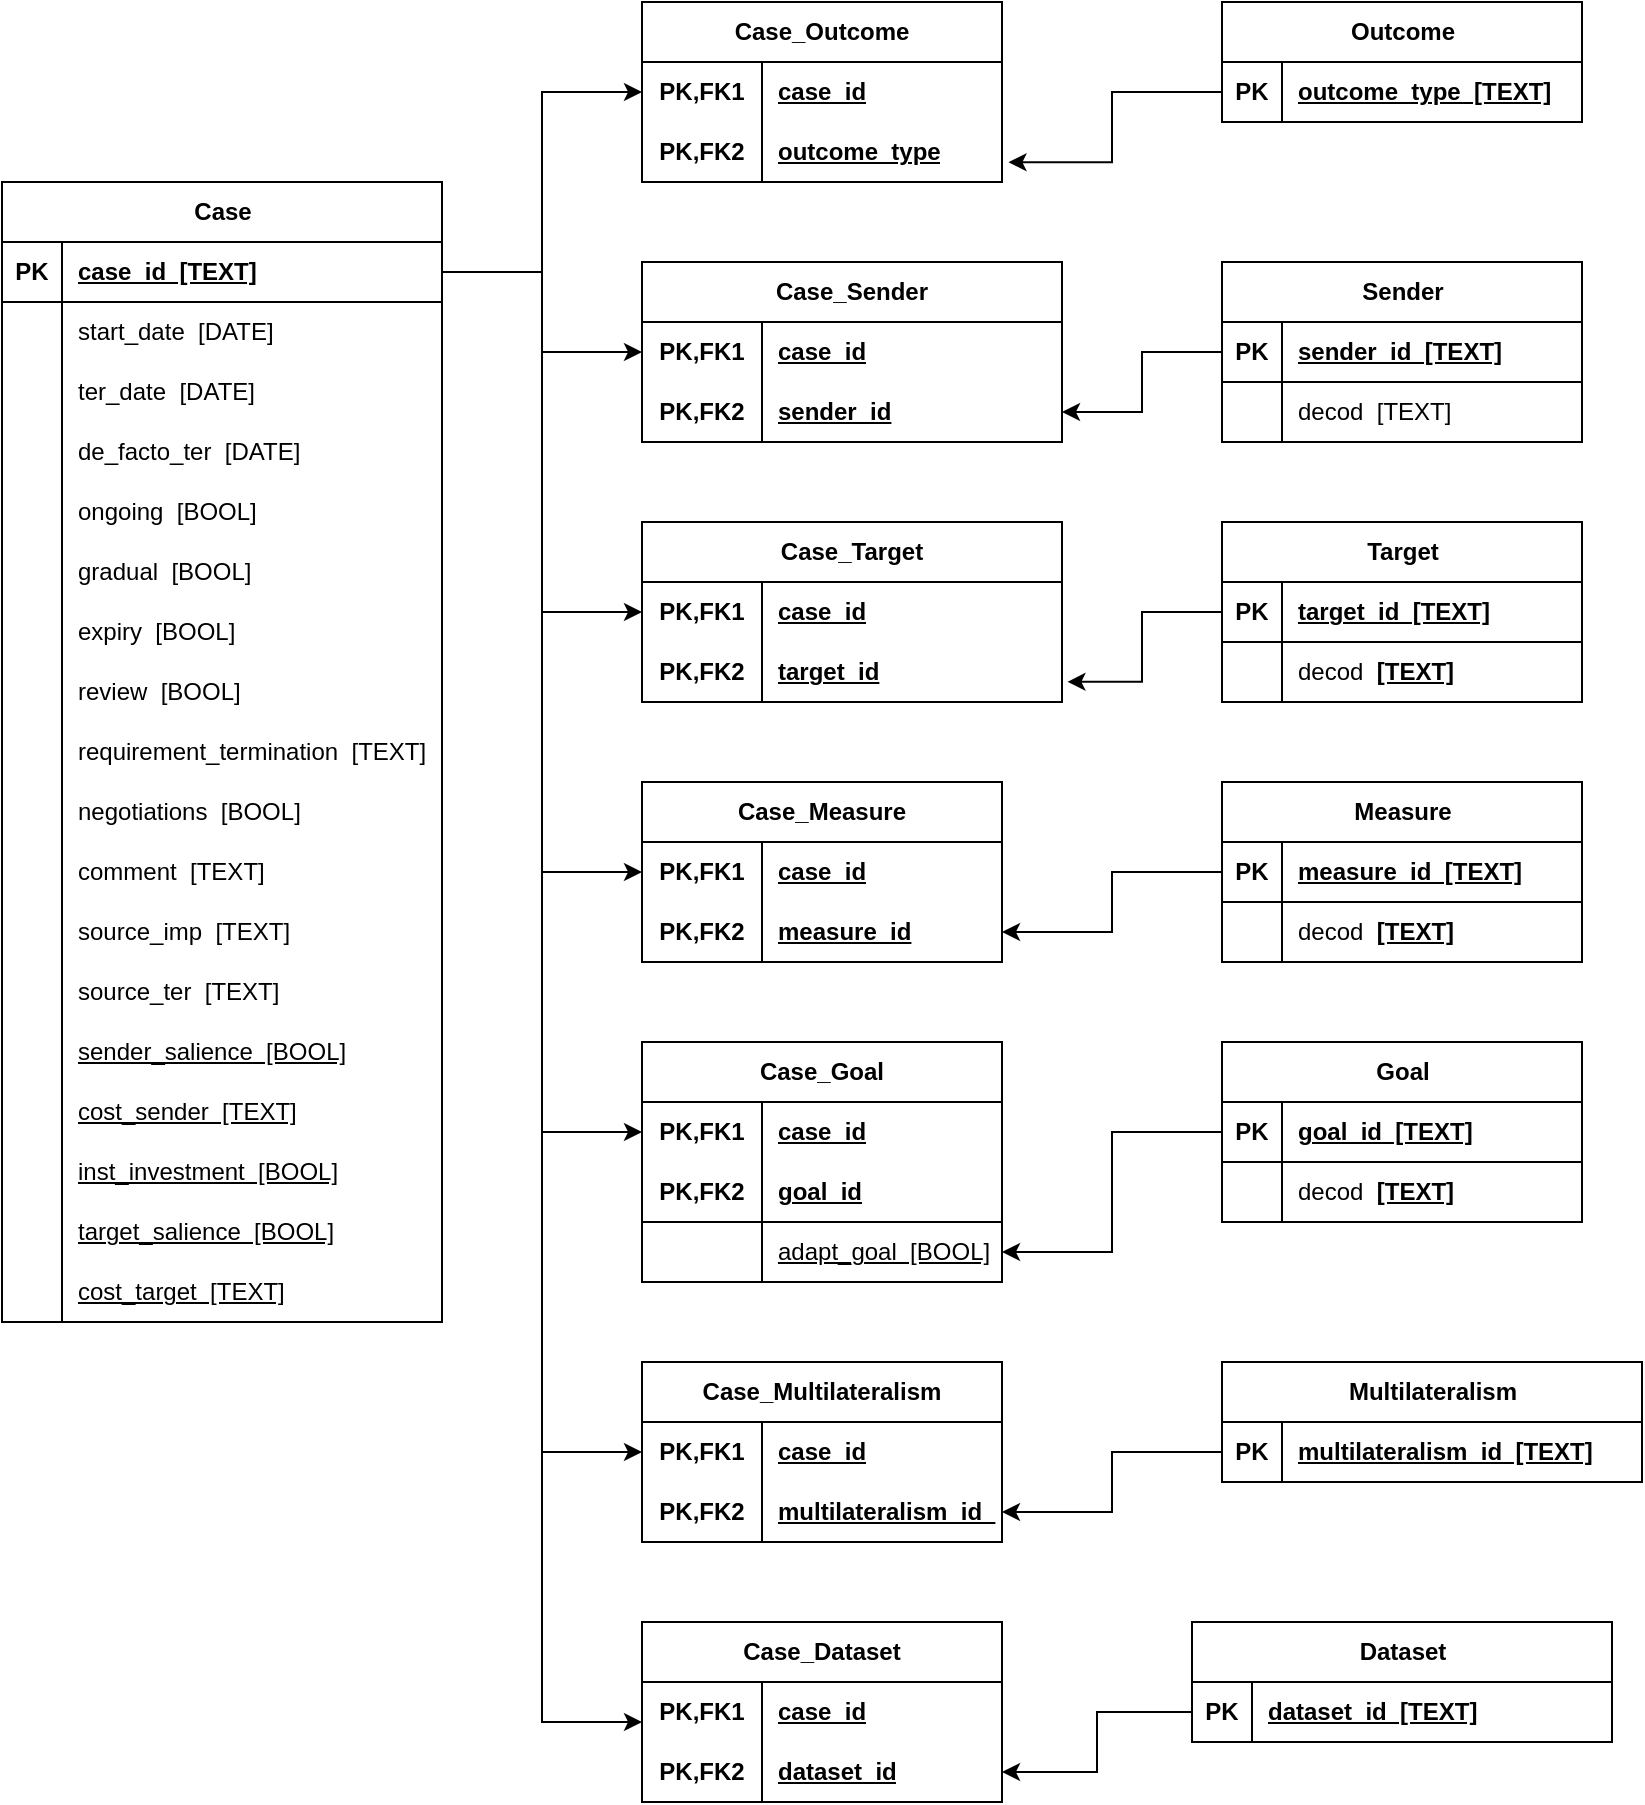
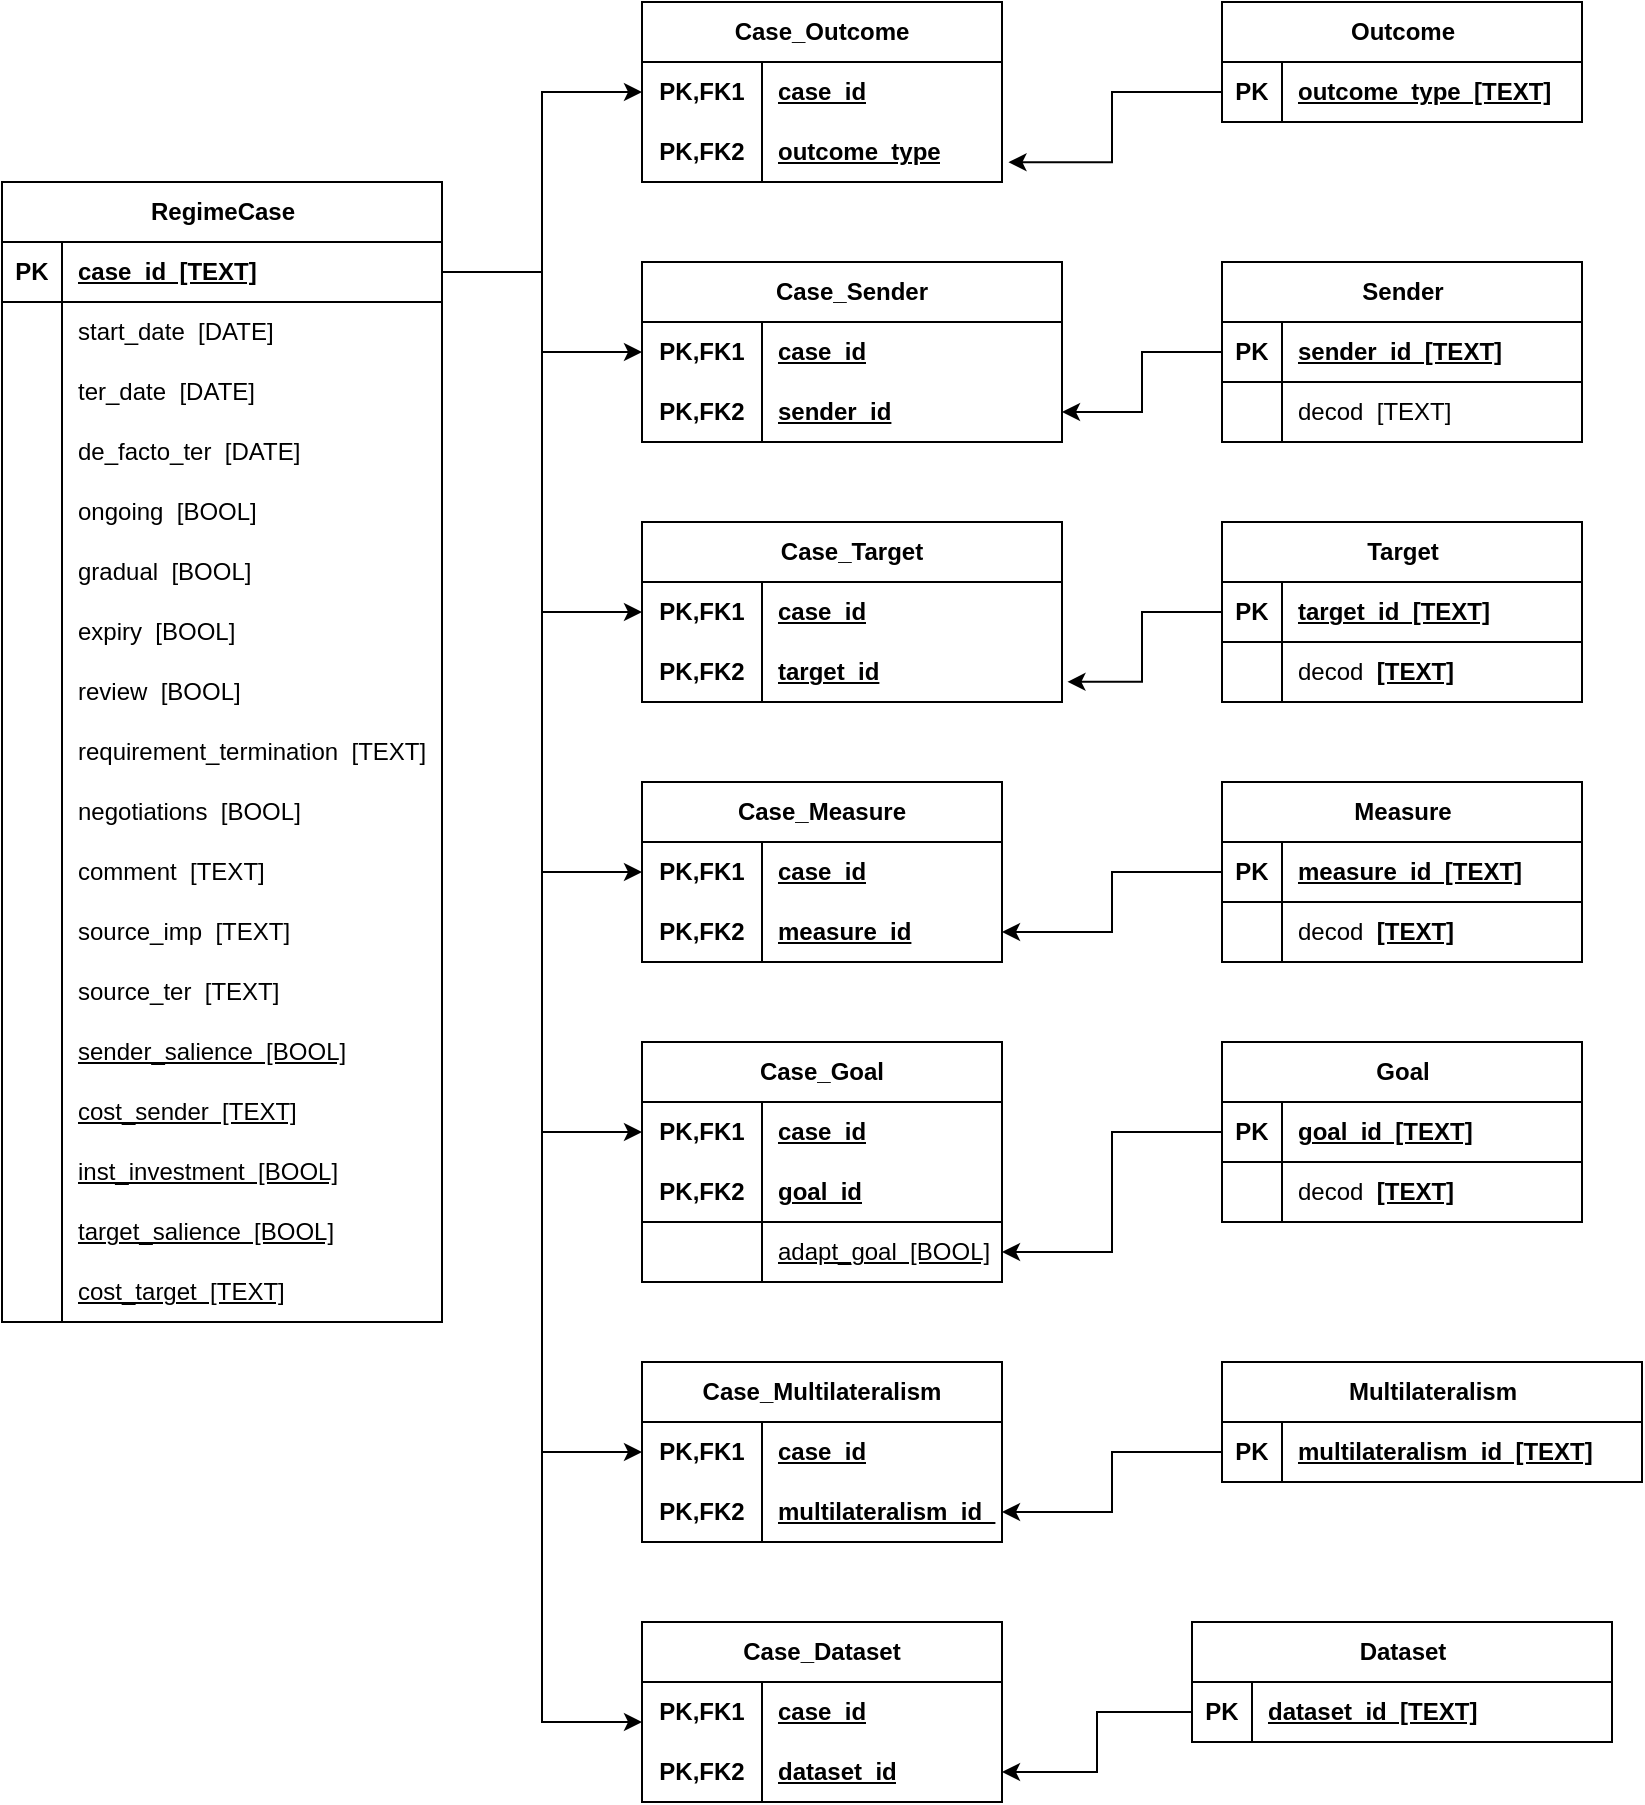
<mxfile host="Electron" agent="Mozilla/5.0 (X11; Linux x86_64) AppleWebKit/537.36 (KHTML, like Gecko) draw.io/29.6.1 Chrome/142.0.7444.265 Electron/39.8.10 Safari/537.36" version="29.6.1">
  <diagram name="Page-1" id="XWKYELrC92UAS3lhE2RF">
-     <mxGraphModel dx="2505" dy="1012" grid="1" gridSize="10" guides="1" tooltips="1" connect="1" arrows="1" fold="1" page="1" pageScale="1" pageWidth="827" pageHeight="1169" math="0" shadow="0">
+     <mxGraphModel dx="2253" dy="860" grid="1" gridSize="10" guides="1" tooltips="1" connect="1" arrows="1" fold="1" page="1" pageScale="1" pageWidth="827" pageHeight="1169" math="0" shadow="0">
      <root>
        <mxCell id="0" />
        <mxCell id="1" parent="0" />
-         <mxCell id="WDvytMEJftTZpuQGkw2x-4" parent="1" style="shape=table;startSize=30;container=1;collapsible=1;childLayout=tableLayout;fixedRows=1;rowLines=0;fontStyle=1;align=center;resizeLast=1;html=1;" value="Case" vertex="1">
+         <mxCell id="WDvytMEJftTZpuQGkw2x-4" parent="1" style="shape=table;startSize=30;container=1;collapsible=1;childLayout=tableLayout;fixedRows=1;rowLines=0;fontStyle=1;align=center;resizeLast=1;html=1;" value="RegimeCase" vertex="1">
          <mxGeometry height="570" width="220" x="-60" y="280" as="geometry" />
        </mxCell>
        <mxCell id="WDvytMEJftTZpuQGkw2x-5" parent="WDvytMEJftTZpuQGkw2x-4" style="shape=tableRow;horizontal=0;startSize=0;swimlaneHead=0;swimlaneBody=0;fillColor=none;collapsible=0;dropTarget=0;points=[[0,0.5],[1,0.5]];portConstraint=eastwest;top=0;left=0;right=0;bottom=1;" value="" vertex="1">
          <mxGeometry height="30" width="220" y="30" as="geometry" />
        </mxCell>
        <mxCell id="WDvytMEJftTZpuQGkw2x-6" parent="WDvytMEJftTZpuQGkw2x-5" style="shape=partialRectangle;connectable=0;fillColor=none;top=0;left=0;bottom=0;right=0;fontStyle=1;overflow=hidden;whiteSpace=wrap;html=1;" value="PK" vertex="1">
          <mxGeometry height="30" width="30" as="geometry">
            <mxRectangle height="30" width="30" as="alternateBounds" />
          </mxGeometry>
        </mxCell>
        <mxCell id="WDvytMEJftTZpuQGkw2x-7" parent="WDvytMEJftTZpuQGkw2x-5" style="shape=partialRectangle;connectable=0;fillColor=none;top=0;left=0;bottom=0;right=0;align=left;spacingLeft=6;fontStyle=5;overflow=hidden;whiteSpace=wrap;html=1;" value="case_id&amp;nbsp; [TEXT]" vertex="1">
          <mxGeometry height="30" width="190" x="30" as="geometry">
            <mxRectangle height="30" width="190" as="alternateBounds" />
          </mxGeometry>
        </mxCell>
        <mxCell id="WDvytMEJftTZpuQGkw2x-14" parent="WDvytMEJftTZpuQGkw2x-4" style="shape=tableRow;horizontal=0;startSize=0;swimlaneHead=0;swimlaneBody=0;fillColor=none;collapsible=0;dropTarget=0;points=[[0,0.5],[1,0.5]];portConstraint=eastwest;top=0;left=0;right=0;bottom=0;" value="" vertex="1">
          <mxGeometry height="30" width="220" y="60" as="geometry" />
        </mxCell>
        <mxCell id="WDvytMEJftTZpuQGkw2x-15" parent="WDvytMEJftTZpuQGkw2x-14" style="shape=partialRectangle;connectable=0;fillColor=none;top=0;left=0;bottom=0;right=0;editable=1;overflow=hidden;whiteSpace=wrap;html=1;" value="" vertex="1">
          <mxGeometry height="30" width="30" as="geometry">
            <mxRectangle height="30" width="30" as="alternateBounds" />
          </mxGeometry>
        </mxCell>
        <mxCell id="WDvytMEJftTZpuQGkw2x-16" parent="WDvytMEJftTZpuQGkw2x-14" style="shape=partialRectangle;connectable=0;fillColor=none;top=0;left=0;bottom=0;right=0;align=left;spacingLeft=6;overflow=hidden;whiteSpace=wrap;html=1;" value="start_date&amp;nbsp; [DATE]" vertex="1">
          <mxGeometry height="30" width="190" x="30" as="geometry">
            <mxRectangle height="30" width="190" as="alternateBounds" />
          </mxGeometry>
        </mxCell>
        <mxCell id="WDvytMEJftTZpuQGkw2x-17" parent="WDvytMEJftTZpuQGkw2x-4" style="shape=tableRow;horizontal=0;startSize=0;swimlaneHead=0;swimlaneBody=0;fillColor=none;collapsible=0;dropTarget=0;points=[[0,0.5],[1,0.5]];portConstraint=eastwest;top=0;left=0;right=0;bottom=0;" value="" vertex="1">
          <mxGeometry height="30" width="220" y="90" as="geometry" />
        </mxCell>
        <mxCell id="WDvytMEJftTZpuQGkw2x-18" parent="WDvytMEJftTZpuQGkw2x-17" style="shape=partialRectangle;connectable=0;fillColor=none;top=0;left=0;bottom=0;right=0;editable=1;overflow=hidden;whiteSpace=wrap;html=1;" value="" vertex="1">
          <mxGeometry height="30" width="30" as="geometry">
            <mxRectangle height="30" width="30" as="alternateBounds" />
          </mxGeometry>
        </mxCell>
        <mxCell id="WDvytMEJftTZpuQGkw2x-19" parent="WDvytMEJftTZpuQGkw2x-17" style="shape=partialRectangle;connectable=0;fillColor=none;top=0;left=0;bottom=0;right=0;align=left;spacingLeft=6;overflow=hidden;whiteSpace=wrap;html=1;" value="ter_date&amp;nbsp; [DATE]" vertex="1">
          <mxGeometry height="30" width="190" x="30" as="geometry">
            <mxRectangle height="30" width="190" as="alternateBounds" />
          </mxGeometry>
        </mxCell>
        <mxCell id="WDvytMEJftTZpuQGkw2x-20" parent="WDvytMEJftTZpuQGkw2x-4" style="shape=tableRow;horizontal=0;startSize=0;swimlaneHead=0;swimlaneBody=0;fillColor=none;collapsible=0;dropTarget=0;points=[[0,0.5],[1,0.5]];portConstraint=eastwest;top=0;left=0;right=0;bottom=0;" value="" vertex="1">
          <mxGeometry height="30" width="220" y="120" as="geometry" />
        </mxCell>
        <mxCell id="WDvytMEJftTZpuQGkw2x-21" parent="WDvytMEJftTZpuQGkw2x-20" style="shape=partialRectangle;connectable=0;fillColor=none;top=0;left=0;bottom=0;right=0;editable=1;overflow=hidden;whiteSpace=wrap;html=1;" value="" vertex="1">
          <mxGeometry height="30" width="30" as="geometry">
            <mxRectangle height="30" width="30" as="alternateBounds" />
          </mxGeometry>
        </mxCell>
        <mxCell id="WDvytMEJftTZpuQGkw2x-22" parent="WDvytMEJftTZpuQGkw2x-20" style="shape=partialRectangle;connectable=0;fillColor=none;top=0;left=0;bottom=0;right=0;align=left;spacingLeft=6;overflow=hidden;whiteSpace=wrap;html=1;" value="de_facto_ter&amp;nbsp; [DATE]" vertex="1">
          <mxGeometry height="30" width="190" x="30" as="geometry">
            <mxRectangle height="30" width="190" as="alternateBounds" />
          </mxGeometry>
        </mxCell>
        <mxCell id="WDvytMEJftTZpuQGkw2x-23" parent="WDvytMEJftTZpuQGkw2x-4" style="shape=tableRow;horizontal=0;startSize=0;swimlaneHead=0;swimlaneBody=0;fillColor=none;collapsible=0;dropTarget=0;points=[[0,0.5],[1,0.5]];portConstraint=eastwest;top=0;left=0;right=0;bottom=0;" value="" vertex="1">
          <mxGeometry height="30" width="220" y="150" as="geometry" />
        </mxCell>
        <mxCell id="WDvytMEJftTZpuQGkw2x-24" parent="WDvytMEJftTZpuQGkw2x-23" style="shape=partialRectangle;connectable=0;fillColor=none;top=0;left=0;bottom=0;right=0;editable=1;overflow=hidden;whiteSpace=wrap;html=1;" value="" vertex="1">
          <mxGeometry height="30" width="30" as="geometry">
            <mxRectangle height="30" width="30" as="alternateBounds" />
          </mxGeometry>
        </mxCell>
        <mxCell id="WDvytMEJftTZpuQGkw2x-25" parent="WDvytMEJftTZpuQGkw2x-23" style="shape=partialRectangle;connectable=0;fillColor=none;top=0;left=0;bottom=0;right=0;align=left;spacingLeft=6;overflow=hidden;whiteSpace=wrap;html=1;" value="ongoing&amp;nbsp; [BOOL]" vertex="1">
          <mxGeometry height="30" width="190" x="30" as="geometry">
            <mxRectangle height="30" width="190" as="alternateBounds" />
          </mxGeometry>
        </mxCell>
        <mxCell id="WDvytMEJftTZpuQGkw2x-26" parent="WDvytMEJftTZpuQGkw2x-4" style="shape=tableRow;horizontal=0;startSize=0;swimlaneHead=0;swimlaneBody=0;fillColor=none;collapsible=0;dropTarget=0;points=[[0,0.5],[1,0.5]];portConstraint=eastwest;top=0;left=0;right=0;bottom=0;" value="" vertex="1">
          <mxGeometry height="30" width="220" y="180" as="geometry" />
        </mxCell>
        <mxCell id="WDvytMEJftTZpuQGkw2x-27" parent="WDvytMEJftTZpuQGkw2x-26" style="shape=partialRectangle;connectable=0;fillColor=none;top=0;left=0;bottom=0;right=0;editable=1;overflow=hidden;whiteSpace=wrap;html=1;" value="" vertex="1">
          <mxGeometry height="30" width="30" as="geometry">
            <mxRectangle height="30" width="30" as="alternateBounds" />
          </mxGeometry>
        </mxCell>
        <mxCell id="WDvytMEJftTZpuQGkw2x-28" parent="WDvytMEJftTZpuQGkw2x-26" style="shape=partialRectangle;connectable=0;fillColor=none;top=0;left=0;bottom=0;right=0;align=left;spacingLeft=6;overflow=hidden;whiteSpace=wrap;html=1;" value="gradual&amp;nbsp; [BOOL]" vertex="1">
          <mxGeometry height="30" width="190" x="30" as="geometry">
            <mxRectangle height="30" width="190" as="alternateBounds" />
          </mxGeometry>
        </mxCell>
        <mxCell id="WDvytMEJftTZpuQGkw2x-29" parent="WDvytMEJftTZpuQGkw2x-4" style="shape=tableRow;horizontal=0;startSize=0;swimlaneHead=0;swimlaneBody=0;fillColor=none;collapsible=0;dropTarget=0;points=[[0,0.5],[1,0.5]];portConstraint=eastwest;top=0;left=0;right=0;bottom=0;" value="" vertex="1">
          <mxGeometry height="30" width="220" y="210" as="geometry" />
        </mxCell>
        <mxCell id="WDvytMEJftTZpuQGkw2x-30" parent="WDvytMEJftTZpuQGkw2x-29" style="shape=partialRectangle;connectable=0;fillColor=none;top=0;left=0;bottom=0;right=0;editable=1;overflow=hidden;whiteSpace=wrap;html=1;" value="" vertex="1">
          <mxGeometry height="30" width="30" as="geometry">
            <mxRectangle height="30" width="30" as="alternateBounds" />
          </mxGeometry>
        </mxCell>
        <mxCell id="WDvytMEJftTZpuQGkw2x-31" parent="WDvytMEJftTZpuQGkw2x-29" style="shape=partialRectangle;connectable=0;fillColor=none;top=0;left=0;bottom=0;right=0;align=left;spacingLeft=6;overflow=hidden;whiteSpace=wrap;html=1;" value="expiry&amp;nbsp; [BOOL]" vertex="1">
          <mxGeometry height="30" width="190" x="30" as="geometry">
            <mxRectangle height="30" width="190" as="alternateBounds" />
          </mxGeometry>
        </mxCell>
        <mxCell id="WDvytMEJftTZpuQGkw2x-32" parent="WDvytMEJftTZpuQGkw2x-4" style="shape=tableRow;horizontal=0;startSize=0;swimlaneHead=0;swimlaneBody=0;fillColor=none;collapsible=0;dropTarget=0;points=[[0,0.5],[1,0.5]];portConstraint=eastwest;top=0;left=0;right=0;bottom=0;" value="" vertex="1">
          <mxGeometry height="30" width="220" y="240" as="geometry" />
        </mxCell>
        <mxCell id="WDvytMEJftTZpuQGkw2x-33" parent="WDvytMEJftTZpuQGkw2x-32" style="shape=partialRectangle;connectable=0;fillColor=none;top=0;left=0;bottom=0;right=0;editable=1;overflow=hidden;whiteSpace=wrap;html=1;" value="" vertex="1">
          <mxGeometry height="30" width="30" as="geometry">
            <mxRectangle height="30" width="30" as="alternateBounds" />
          </mxGeometry>
        </mxCell>
        <mxCell id="WDvytMEJftTZpuQGkw2x-34" parent="WDvytMEJftTZpuQGkw2x-32" style="shape=partialRectangle;connectable=0;fillColor=none;top=0;left=0;bottom=0;right=0;align=left;spacingLeft=6;overflow=hidden;whiteSpace=wrap;html=1;" value="review&amp;nbsp; [BOOL]" vertex="1">
          <mxGeometry height="30" width="190" x="30" as="geometry">
            <mxRectangle height="30" width="190" as="alternateBounds" />
          </mxGeometry>
        </mxCell>
        <mxCell id="WDvytMEJftTZpuQGkw2x-99" parent="WDvytMEJftTZpuQGkw2x-4" style="shape=tableRow;horizontal=0;startSize=0;swimlaneHead=0;swimlaneBody=0;fillColor=none;collapsible=0;dropTarget=0;points=[[0,0.5],[1,0.5]];portConstraint=eastwest;top=0;left=0;right=0;bottom=0;" value="" vertex="1">
          <mxGeometry height="30" width="220" y="270" as="geometry" />
        </mxCell>
        <mxCell id="WDvytMEJftTZpuQGkw2x-100" parent="WDvytMEJftTZpuQGkw2x-99" style="shape=partialRectangle;connectable=0;fillColor=none;top=0;left=0;bottom=0;right=0;editable=1;overflow=hidden;whiteSpace=wrap;html=1;" value="" vertex="1">
          <mxGeometry height="30" width="30" as="geometry">
            <mxRectangle height="30" width="30" as="alternateBounds" />
          </mxGeometry>
        </mxCell>
        <mxCell id="WDvytMEJftTZpuQGkw2x-101" parent="WDvytMEJftTZpuQGkw2x-99" style="shape=partialRectangle;connectable=0;fillColor=none;top=0;left=0;bottom=0;right=0;align=left;spacingLeft=6;overflow=hidden;whiteSpace=wrap;html=1;" value="requirement_termination&amp;nbsp; [TEXT]" vertex="1">
          <mxGeometry height="30" width="190" x="30" as="geometry">
            <mxRectangle height="30" width="190" as="alternateBounds" />
          </mxGeometry>
        </mxCell>
        <mxCell id="ermmsyjzQaxo6F8L4r3J-72" parent="WDvytMEJftTZpuQGkw2x-4" style="shape=tableRow;horizontal=0;startSize=0;swimlaneHead=0;swimlaneBody=0;fillColor=none;collapsible=0;dropTarget=0;points=[[0,0.5],[1,0.5]];portConstraint=eastwest;top=0;left=0;right=0;bottom=0;" value="" vertex="1">
          <mxGeometry height="30" width="220" y="300" as="geometry" />
        </mxCell>
        <mxCell id="ermmsyjzQaxo6F8L4r3J-73" parent="ermmsyjzQaxo6F8L4r3J-72" style="shape=partialRectangle;connectable=0;fillColor=none;top=0;left=0;bottom=0;right=0;editable=1;overflow=hidden;whiteSpace=wrap;html=1;" value="" vertex="1">
          <mxGeometry height="30" width="30" as="geometry">
            <mxRectangle height="30" width="30" as="alternateBounds" />
          </mxGeometry>
        </mxCell>
        <mxCell id="ermmsyjzQaxo6F8L4r3J-74" parent="ermmsyjzQaxo6F8L4r3J-72" style="shape=partialRectangle;connectable=0;fillColor=none;top=0;left=0;bottom=0;right=0;align=left;spacingLeft=6;overflow=hidden;whiteSpace=wrap;html=1;" value="negotiations&amp;nbsp; [BOOL]" vertex="1">
          <mxGeometry height="30" width="190" x="30" as="geometry">
            <mxRectangle height="30" width="190" as="alternateBounds" />
          </mxGeometry>
        </mxCell>
        <mxCell id="ermmsyjzQaxo6F8L4r3J-94" parent="WDvytMEJftTZpuQGkw2x-4" style="shape=tableRow;horizontal=0;startSize=0;swimlaneHead=0;swimlaneBody=0;fillColor=none;collapsible=0;dropTarget=0;points=[[0,0.5],[1,0.5]];portConstraint=eastwest;top=0;left=0;right=0;bottom=0;" value="" vertex="1">
          <mxGeometry height="30" width="220" y="330" as="geometry" />
        </mxCell>
        <mxCell id="ermmsyjzQaxo6F8L4r3J-95" parent="ermmsyjzQaxo6F8L4r3J-94" style="shape=partialRectangle;connectable=0;fillColor=none;top=0;left=0;bottom=0;right=0;editable=1;overflow=hidden;whiteSpace=wrap;html=1;" value="" vertex="1">
          <mxGeometry height="30" width="30" as="geometry">
            <mxRectangle height="30" width="30" as="alternateBounds" />
          </mxGeometry>
        </mxCell>
        <mxCell id="ermmsyjzQaxo6F8L4r3J-96" parent="ermmsyjzQaxo6F8L4r3J-94" style="shape=partialRectangle;connectable=0;fillColor=none;top=0;left=0;bottom=0;right=0;align=left;spacingLeft=6;overflow=hidden;whiteSpace=wrap;html=1;" value="comment&amp;nbsp; [TEXT]" vertex="1">
          <mxGeometry height="30" width="190" x="30" as="geometry">
            <mxRectangle height="30" width="190" as="alternateBounds" />
          </mxGeometry>
        </mxCell>
        <mxCell id="ermmsyjzQaxo6F8L4r3J-97" parent="WDvytMEJftTZpuQGkw2x-4" style="shape=tableRow;horizontal=0;startSize=0;swimlaneHead=0;swimlaneBody=0;fillColor=none;collapsible=0;dropTarget=0;points=[[0,0.5],[1,0.5]];portConstraint=eastwest;top=0;left=0;right=0;bottom=0;" value="" vertex="1">
          <mxGeometry height="30" width="220" y="360" as="geometry" />
        </mxCell>
        <mxCell id="ermmsyjzQaxo6F8L4r3J-98" parent="ermmsyjzQaxo6F8L4r3J-97" style="shape=partialRectangle;connectable=0;fillColor=none;top=0;left=0;bottom=0;right=0;editable=1;overflow=hidden;whiteSpace=wrap;html=1;" value="" vertex="1">
          <mxGeometry height="30" width="30" as="geometry">
            <mxRectangle height="30" width="30" as="alternateBounds" />
          </mxGeometry>
        </mxCell>
        <mxCell id="ermmsyjzQaxo6F8L4r3J-99" parent="ermmsyjzQaxo6F8L4r3J-97" style="shape=partialRectangle;connectable=0;fillColor=none;top=0;left=0;bottom=0;right=0;align=left;spacingLeft=6;overflow=hidden;whiteSpace=wrap;html=1;" value="source_imp&amp;nbsp; [TEXT]" vertex="1">
          <mxGeometry height="30" width="190" x="30" as="geometry">
            <mxRectangle height="30" width="190" as="alternateBounds" />
          </mxGeometry>
        </mxCell>
        <mxCell id="ermmsyjzQaxo6F8L4r3J-100" parent="WDvytMEJftTZpuQGkw2x-4" style="shape=tableRow;horizontal=0;startSize=0;swimlaneHead=0;swimlaneBody=0;fillColor=none;collapsible=0;dropTarget=0;points=[[0,0.5],[1,0.5]];portConstraint=eastwest;top=0;left=0;right=0;bottom=0;" value="" vertex="1">
          <mxGeometry height="30" width="220" y="390" as="geometry" />
        </mxCell>
        <mxCell id="ermmsyjzQaxo6F8L4r3J-101" parent="ermmsyjzQaxo6F8L4r3J-100" style="shape=partialRectangle;connectable=0;fillColor=none;top=0;left=0;bottom=0;right=0;editable=1;overflow=hidden;whiteSpace=wrap;html=1;" value="" vertex="1">
          <mxGeometry height="30" width="30" as="geometry">
            <mxRectangle height="30" width="30" as="alternateBounds" />
          </mxGeometry>
        </mxCell>
        <mxCell id="ermmsyjzQaxo6F8L4r3J-102" parent="ermmsyjzQaxo6F8L4r3J-100" style="shape=partialRectangle;connectable=0;fillColor=none;top=0;left=0;bottom=0;right=0;align=left;spacingLeft=6;overflow=hidden;whiteSpace=wrap;html=1;" value="source_ter&amp;nbsp; [TEXT]" vertex="1">
          <mxGeometry height="30" width="190" x="30" as="geometry">
            <mxRectangle height="30" width="190" as="alternateBounds" />
          </mxGeometry>
        </mxCell>
        <mxCell id="aQ2nzmJiz5wbqGwOIO7E-1" parent="WDvytMEJftTZpuQGkw2x-4" style="shape=tableRow;horizontal=0;startSize=0;swimlaneHead=0;swimlaneBody=0;fillColor=none;collapsible=0;dropTarget=0;points=[[0,0.5],[1,0.5]];portConstraint=eastwest;top=0;left=0;right=0;bottom=0;" value="" vertex="1">
          <mxGeometry height="30" width="220" y="420" as="geometry" />
        </mxCell>
        <mxCell id="aQ2nzmJiz5wbqGwOIO7E-2" parent="aQ2nzmJiz5wbqGwOIO7E-1" style="shape=partialRectangle;connectable=0;fillColor=none;top=0;left=0;bottom=0;right=0;editable=1;overflow=hidden;whiteSpace=wrap;html=1;" value="" vertex="1">
          <mxGeometry height="30" width="30" as="geometry">
            <mxRectangle height="30" width="30" as="alternateBounds" />
          </mxGeometry>
        </mxCell>
        <mxCell id="aQ2nzmJiz5wbqGwOIO7E-3" parent="aQ2nzmJiz5wbqGwOIO7E-1" style="shape=partialRectangle;connectable=0;fillColor=none;top=0;left=0;bottom=0;right=0;align=left;spacingLeft=6;overflow=hidden;whiteSpace=wrap;html=1;" value="&lt;span style=&quot;text-decoration-line: underline;&quot;&gt;sender_salience&amp;nbsp; [BOOL]&lt;/span&gt;" vertex="1">
          <mxGeometry height="30" width="190" x="30" as="geometry">
            <mxRectangle height="30" width="190" as="alternateBounds" />
          </mxGeometry>
        </mxCell>
        <mxCell id="aQ2nzmJiz5wbqGwOIO7E-4" parent="WDvytMEJftTZpuQGkw2x-4" style="shape=tableRow;horizontal=0;startSize=0;swimlaneHead=0;swimlaneBody=0;fillColor=none;collapsible=0;dropTarget=0;points=[[0,0.5],[1,0.5]];portConstraint=eastwest;top=0;left=0;right=0;bottom=0;" value="" vertex="1">
          <mxGeometry height="30" width="220" y="450" as="geometry" />
        </mxCell>
        <mxCell id="aQ2nzmJiz5wbqGwOIO7E-5" parent="aQ2nzmJiz5wbqGwOIO7E-4" style="shape=partialRectangle;connectable=0;fillColor=none;top=0;left=0;bottom=0;right=0;editable=1;overflow=hidden;whiteSpace=wrap;html=1;" value="" vertex="1">
          <mxGeometry height="30" width="30" as="geometry">
            <mxRectangle height="30" width="30" as="alternateBounds" />
          </mxGeometry>
        </mxCell>
        <mxCell id="aQ2nzmJiz5wbqGwOIO7E-6" parent="aQ2nzmJiz5wbqGwOIO7E-4" style="shape=partialRectangle;connectable=0;fillColor=none;top=0;left=0;bottom=0;right=0;align=left;spacingLeft=6;overflow=hidden;whiteSpace=wrap;html=1;" value="&lt;span style=&quot;text-decoration-line: underline;&quot;&gt;cost_sender&amp;nbsp; [TEXT]&lt;/span&gt;" vertex="1">
          <mxGeometry height="30" width="190" x="30" as="geometry">
            <mxRectangle height="30" width="190" as="alternateBounds" />
          </mxGeometry>
        </mxCell>
        <mxCell id="aQ2nzmJiz5wbqGwOIO7E-7" parent="WDvytMEJftTZpuQGkw2x-4" style="shape=tableRow;horizontal=0;startSize=0;swimlaneHead=0;swimlaneBody=0;fillColor=none;collapsible=0;dropTarget=0;points=[[0,0.5],[1,0.5]];portConstraint=eastwest;top=0;left=0;right=0;bottom=0;" value="" vertex="1">
          <mxGeometry height="30" width="220" y="480" as="geometry" />
        </mxCell>
        <mxCell id="aQ2nzmJiz5wbqGwOIO7E-8" parent="aQ2nzmJiz5wbqGwOIO7E-7" style="shape=partialRectangle;connectable=0;fillColor=none;top=0;left=0;bottom=0;right=0;editable=1;overflow=hidden;whiteSpace=wrap;html=1;" value="" vertex="1">
          <mxGeometry height="30" width="30" as="geometry">
            <mxRectangle height="30" width="30" as="alternateBounds" />
          </mxGeometry>
        </mxCell>
        <mxCell id="aQ2nzmJiz5wbqGwOIO7E-9" parent="aQ2nzmJiz5wbqGwOIO7E-7" style="shape=partialRectangle;connectable=0;fillColor=none;top=0;left=0;bottom=0;right=0;align=left;spacingLeft=6;overflow=hidden;whiteSpace=wrap;html=1;" value="&lt;span style=&quot;text-decoration-line: underline;&quot;&gt;inst_investment&amp;nbsp; [BOOL]&lt;/span&gt;" vertex="1">
          <mxGeometry height="30" width="190" x="30" as="geometry">
            <mxRectangle height="30" width="190" as="alternateBounds" />
          </mxGeometry>
        </mxCell>
        <mxCell id="aQ2nzmJiz5wbqGwOIO7E-10" parent="WDvytMEJftTZpuQGkw2x-4" style="shape=tableRow;horizontal=0;startSize=0;swimlaneHead=0;swimlaneBody=0;fillColor=none;collapsible=0;dropTarget=0;points=[[0,0.5],[1,0.5]];portConstraint=eastwest;top=0;left=0;right=0;bottom=0;" value="" vertex="1">
          <mxGeometry height="30" width="220" y="510" as="geometry" />
        </mxCell>
        <mxCell id="aQ2nzmJiz5wbqGwOIO7E-11" parent="aQ2nzmJiz5wbqGwOIO7E-10" style="shape=partialRectangle;connectable=0;fillColor=none;top=0;left=0;bottom=0;right=0;editable=1;overflow=hidden;whiteSpace=wrap;html=1;" value="" vertex="1">
          <mxGeometry height="30" width="30" as="geometry">
            <mxRectangle height="30" width="30" as="alternateBounds" />
          </mxGeometry>
        </mxCell>
        <mxCell id="aQ2nzmJiz5wbqGwOIO7E-12" parent="aQ2nzmJiz5wbqGwOIO7E-10" style="shape=partialRectangle;connectable=0;fillColor=none;top=0;left=0;bottom=0;right=0;align=left;spacingLeft=6;overflow=hidden;whiteSpace=wrap;html=1;" value="&lt;span style=&quot;text-decoration-line: underline;&quot;&gt;target_salience&amp;nbsp; [BOOL]&lt;/span&gt;" vertex="1">
          <mxGeometry height="30" width="190" x="30" as="geometry">
            <mxRectangle height="30" width="190" as="alternateBounds" />
          </mxGeometry>
        </mxCell>
        <mxCell id="aQ2nzmJiz5wbqGwOIO7E-13" parent="WDvytMEJftTZpuQGkw2x-4" style="shape=tableRow;horizontal=0;startSize=0;swimlaneHead=0;swimlaneBody=0;fillColor=none;collapsible=0;dropTarget=0;points=[[0,0.5],[1,0.5]];portConstraint=eastwest;top=0;left=0;right=0;bottom=0;" value="" vertex="1">
          <mxGeometry height="30" width="220" y="540" as="geometry" />
        </mxCell>
        <mxCell id="aQ2nzmJiz5wbqGwOIO7E-14" parent="aQ2nzmJiz5wbqGwOIO7E-13" style="shape=partialRectangle;connectable=0;fillColor=none;top=0;left=0;bottom=0;right=0;editable=1;overflow=hidden;whiteSpace=wrap;html=1;" value="" vertex="1">
          <mxGeometry height="30" width="30" as="geometry">
            <mxRectangle height="30" width="30" as="alternateBounds" />
          </mxGeometry>
        </mxCell>
        <mxCell id="aQ2nzmJiz5wbqGwOIO7E-15" parent="aQ2nzmJiz5wbqGwOIO7E-13" style="shape=partialRectangle;connectable=0;fillColor=none;top=0;left=0;bottom=0;right=0;align=left;spacingLeft=6;overflow=hidden;whiteSpace=wrap;html=1;" value="&lt;span style=&quot;text-decoration-line: underline;&quot;&gt;cost_target&amp;nbsp; [TEXT]&lt;/span&gt;" vertex="1">
          <mxGeometry height="30" width="190" x="30" as="geometry">
            <mxRectangle height="30" width="190" as="alternateBounds" />
          </mxGeometry>
        </mxCell>
        <mxCell id="WDvytMEJftTZpuQGkw2x-39" parent="1" style="shape=table;startSize=30;container=1;collapsible=1;childLayout=tableLayout;fixedRows=1;rowLines=0;fontStyle=1;align=center;resizeLast=1;html=1;" value="Outcome" vertex="1">
          <mxGeometry height="60" width="180" x="550" y="190" as="geometry" />
        </mxCell>
        <mxCell id="WDvytMEJftTZpuQGkw2x-40" parent="WDvytMEJftTZpuQGkw2x-39" style="shape=tableRow;horizontal=0;startSize=0;swimlaneHead=0;swimlaneBody=0;fillColor=none;collapsible=0;dropTarget=0;points=[[0,0.5],[1,0.5]];portConstraint=eastwest;top=0;left=0;right=0;bottom=1;" value="" vertex="1">
          <mxGeometry height="30" width="180" y="30" as="geometry" />
        </mxCell>
        <mxCell id="WDvytMEJftTZpuQGkw2x-41" parent="WDvytMEJftTZpuQGkw2x-40" style="shape=partialRectangle;connectable=0;fillColor=none;top=0;left=0;bottom=0;right=0;fontStyle=1;overflow=hidden;whiteSpace=wrap;html=1;" value="PK" vertex="1">
          <mxGeometry height="30" width="30" as="geometry">
            <mxRectangle height="30" width="30" as="alternateBounds" />
          </mxGeometry>
        </mxCell>
        <mxCell id="WDvytMEJftTZpuQGkw2x-42" parent="WDvytMEJftTZpuQGkw2x-40" style="shape=partialRectangle;connectable=0;fillColor=none;top=0;left=0;bottom=0;right=0;align=left;spacingLeft=6;fontStyle=5;overflow=hidden;whiteSpace=wrap;html=1;" value="outcome_type&amp;nbsp; [TEXT]" vertex="1">
          <mxGeometry height="30" width="150" x="30" as="geometry">
            <mxRectangle height="30" width="150" as="alternateBounds" />
          </mxGeometry>
        </mxCell>
        <mxCell id="WDvytMEJftTZpuQGkw2x-52" parent="1" style="shape=table;startSize=30;container=1;collapsible=1;childLayout=tableLayout;fixedRows=1;rowLines=0;fontStyle=1;align=center;resizeLast=1;html=1;whiteSpace=wrap;" value="Case_Outcome" vertex="1">
          <mxGeometry height="90" width="180" x="260" y="190" as="geometry" />
        </mxCell>
        <mxCell id="WDvytMEJftTZpuQGkw2x-53" parent="WDvytMEJftTZpuQGkw2x-52" style="shape=tableRow;horizontal=0;startSize=0;swimlaneHead=0;swimlaneBody=0;fillColor=none;collapsible=0;dropTarget=0;points=[[0,0.5],[1,0.5]];portConstraint=eastwest;top=0;left=0;right=0;bottom=0;html=1;" value="" vertex="1">
          <mxGeometry height="30" width="180" y="30" as="geometry" />
        </mxCell>
        <mxCell id="WDvytMEJftTZpuQGkw2x-54" parent="WDvytMEJftTZpuQGkw2x-53" style="shape=partialRectangle;connectable=0;fillColor=none;top=0;left=0;bottom=0;right=0;fontStyle=1;overflow=hidden;html=1;whiteSpace=wrap;" value="PK,FK1" vertex="1">
          <mxGeometry height="30" width="60" as="geometry">
            <mxRectangle height="30" width="60" as="alternateBounds" />
          </mxGeometry>
        </mxCell>
        <mxCell id="WDvytMEJftTZpuQGkw2x-55" parent="WDvytMEJftTZpuQGkw2x-53" style="shape=partialRectangle;connectable=0;fillColor=none;top=0;left=0;bottom=0;right=0;align=left;spacingLeft=6;fontStyle=5;overflow=hidden;html=1;whiteSpace=wrap;" value="case_id" vertex="1">
          <mxGeometry height="30" width="120" x="60" as="geometry">
            <mxRectangle height="30" width="120" as="alternateBounds" />
          </mxGeometry>
        </mxCell>
        <mxCell id="WDvytMEJftTZpuQGkw2x-56" parent="WDvytMEJftTZpuQGkw2x-52" style="shape=tableRow;horizontal=0;startSize=0;swimlaneHead=0;swimlaneBody=0;fillColor=none;collapsible=0;dropTarget=0;points=[[0,0.5],[1,0.5]];portConstraint=eastwest;top=0;left=0;right=0;bottom=1;html=1;" value="" vertex="1">
          <mxGeometry height="30" width="180" y="60" as="geometry" />
        </mxCell>
        <mxCell id="WDvytMEJftTZpuQGkw2x-57" parent="WDvytMEJftTZpuQGkw2x-56" style="shape=partialRectangle;connectable=0;fillColor=none;top=0;left=0;bottom=0;right=0;fontStyle=1;overflow=hidden;html=1;whiteSpace=wrap;" value="PK,FK2" vertex="1">
          <mxGeometry height="30" width="60" as="geometry">
            <mxRectangle height="30" width="60" as="alternateBounds" />
          </mxGeometry>
        </mxCell>
        <mxCell id="WDvytMEJftTZpuQGkw2x-58" parent="WDvytMEJftTZpuQGkw2x-56" style="shape=partialRectangle;connectable=0;fillColor=none;top=0;left=0;bottom=0;right=0;align=left;spacingLeft=6;fontStyle=5;overflow=hidden;html=1;whiteSpace=wrap;" value="outcome_type" vertex="1">
          <mxGeometry height="30" width="120" x="60" as="geometry">
            <mxRectangle height="30" width="120" as="alternateBounds" />
          </mxGeometry>
        </mxCell>
        <mxCell id="WDvytMEJftTZpuQGkw2x-102" parent="1" style="shape=table;startSize=30;container=1;collapsible=1;childLayout=tableLayout;fixedRows=1;rowLines=0;fontStyle=1;align=center;resizeLast=1;html=1;" value="Sender" vertex="1">
          <mxGeometry height="90" width="180" x="550" y="320" as="geometry" />
        </mxCell>
        <mxCell id="WDvytMEJftTZpuQGkw2x-103" parent="WDvytMEJftTZpuQGkw2x-102" style="shape=tableRow;horizontal=0;startSize=0;swimlaneHead=0;swimlaneBody=0;fillColor=none;collapsible=0;dropTarget=0;points=[[0,0.5],[1,0.5]];portConstraint=eastwest;top=0;left=0;right=0;bottom=1;" value="" vertex="1">
          <mxGeometry height="30" width="180" y="30" as="geometry" />
        </mxCell>
        <mxCell id="WDvytMEJftTZpuQGkw2x-104" parent="WDvytMEJftTZpuQGkw2x-103" style="shape=partialRectangle;connectable=0;fillColor=none;top=0;left=0;bottom=0;right=0;fontStyle=1;overflow=hidden;whiteSpace=wrap;html=1;" value="PK" vertex="1">
          <mxGeometry height="30" width="30" as="geometry">
            <mxRectangle height="30" width="30" as="alternateBounds" />
          </mxGeometry>
        </mxCell>
        <mxCell id="WDvytMEJftTZpuQGkw2x-105" parent="WDvytMEJftTZpuQGkw2x-103" style="shape=partialRectangle;connectable=0;fillColor=none;top=0;left=0;bottom=0;right=0;align=left;spacingLeft=6;fontStyle=5;overflow=hidden;whiteSpace=wrap;html=1;" value="sender_id&amp;nbsp; [TEXT]" vertex="1">
          <mxGeometry height="30" width="150" x="30" as="geometry">
            <mxRectangle height="30" width="150" as="alternateBounds" />
          </mxGeometry>
        </mxCell>
        <mxCell id="WDvytMEJftTZpuQGkw2x-106" parent="WDvytMEJftTZpuQGkw2x-102" style="shape=tableRow;horizontal=0;startSize=0;swimlaneHead=0;swimlaneBody=0;fillColor=none;collapsible=0;dropTarget=0;points=[[0,0.5],[1,0.5]];portConstraint=eastwest;top=0;left=0;right=0;bottom=0;" value="" vertex="1">
          <mxGeometry height="30" width="180" y="60" as="geometry" />
        </mxCell>
        <mxCell id="WDvytMEJftTZpuQGkw2x-107" parent="WDvytMEJftTZpuQGkw2x-106" style="shape=partialRectangle;connectable=0;fillColor=none;top=0;left=0;bottom=0;right=0;editable=1;overflow=hidden;whiteSpace=wrap;html=1;" value="" vertex="1">
          <mxGeometry height="30" width="30" as="geometry">
            <mxRectangle height="30" width="30" as="alternateBounds" />
          </mxGeometry>
        </mxCell>
        <mxCell id="WDvytMEJftTZpuQGkw2x-108" parent="WDvytMEJftTZpuQGkw2x-106" style="shape=partialRectangle;connectable=0;fillColor=none;top=0;left=0;bottom=0;right=0;align=left;spacingLeft=6;overflow=hidden;whiteSpace=wrap;html=1;" value="decod&amp;nbsp; [TEXT]" vertex="1">
          <mxGeometry height="30" width="150" x="30" as="geometry">
            <mxRectangle height="30" width="150" as="alternateBounds" />
          </mxGeometry>
        </mxCell>
        <mxCell id="WDvytMEJftTZpuQGkw2x-128" parent="1" style="shape=table;startSize=30;container=1;collapsible=1;childLayout=tableLayout;fixedRows=1;rowLines=0;fontStyle=1;align=center;resizeLast=1;html=1;whiteSpace=wrap;" value="Case_Sender" vertex="1">
          <mxGeometry height="90" width="210" x="260" y="320" as="geometry" />
        </mxCell>
        <mxCell id="WDvytMEJftTZpuQGkw2x-129" parent="WDvytMEJftTZpuQGkw2x-128" style="shape=tableRow;horizontal=0;startSize=0;swimlaneHead=0;swimlaneBody=0;fillColor=none;collapsible=0;dropTarget=0;points=[[0,0.5],[1,0.5]];portConstraint=eastwest;top=0;left=0;right=0;bottom=0;html=1;" value="" vertex="1">
          <mxGeometry height="30" width="210" y="30" as="geometry" />
        </mxCell>
        <mxCell id="WDvytMEJftTZpuQGkw2x-130" parent="WDvytMEJftTZpuQGkw2x-129" style="shape=partialRectangle;connectable=0;fillColor=none;top=0;left=0;bottom=0;right=0;fontStyle=1;overflow=hidden;html=1;whiteSpace=wrap;" value="PK,FK1" vertex="1">
          <mxGeometry height="30" width="60" as="geometry">
            <mxRectangle height="30" width="60" as="alternateBounds" />
          </mxGeometry>
        </mxCell>
        <mxCell id="WDvytMEJftTZpuQGkw2x-131" parent="WDvytMEJftTZpuQGkw2x-129" style="shape=partialRectangle;connectable=0;fillColor=none;top=0;left=0;bottom=0;right=0;align=left;spacingLeft=6;fontStyle=5;overflow=hidden;html=1;whiteSpace=wrap;" value="case_id" vertex="1">
          <mxGeometry height="30" width="150" x="60" as="geometry">
            <mxRectangle height="30" width="150" as="alternateBounds" />
          </mxGeometry>
        </mxCell>
        <mxCell id="WDvytMEJftTZpuQGkw2x-132" parent="WDvytMEJftTZpuQGkw2x-128" style="shape=tableRow;horizontal=0;startSize=0;swimlaneHead=0;swimlaneBody=0;fillColor=none;collapsible=0;dropTarget=0;points=[[0,0.5],[1,0.5]];portConstraint=eastwest;top=0;left=0;right=0;bottom=1;html=1;" value="" vertex="1">
          <mxGeometry height="30" width="210" y="60" as="geometry" />
        </mxCell>
        <mxCell id="WDvytMEJftTZpuQGkw2x-133" parent="WDvytMEJftTZpuQGkw2x-132" style="shape=partialRectangle;connectable=0;fillColor=none;top=0;left=0;bottom=0;right=0;fontStyle=1;overflow=hidden;html=1;whiteSpace=wrap;" value="PK,FK2" vertex="1">
          <mxGeometry height="30" width="60" as="geometry">
            <mxRectangle height="30" width="60" as="alternateBounds" />
          </mxGeometry>
        </mxCell>
        <mxCell id="WDvytMEJftTZpuQGkw2x-134" parent="WDvytMEJftTZpuQGkw2x-132" style="shape=partialRectangle;connectable=0;fillColor=none;top=0;left=0;bottom=0;right=0;align=left;spacingLeft=6;fontStyle=5;overflow=hidden;html=1;whiteSpace=wrap;" value="sender_id" vertex="1">
          <mxGeometry height="30" width="150" x="60" as="geometry">
            <mxRectangle height="30" width="150" as="alternateBounds" />
          </mxGeometry>
        </mxCell>
        <mxCell id="WDvytMEJftTZpuQGkw2x-151" parent="1" style="shape=table;startSize=30;container=1;collapsible=1;childLayout=tableLayout;fixedRows=1;rowLines=0;fontStyle=1;align=center;resizeLast=1;html=1;" value="Measure" vertex="1">
          <mxGeometry height="90" width="180" x="550" y="580" as="geometry" />
        </mxCell>
        <mxCell id="WDvytMEJftTZpuQGkw2x-152" parent="WDvytMEJftTZpuQGkw2x-151" style="shape=tableRow;horizontal=0;startSize=0;swimlaneHead=0;swimlaneBody=0;fillColor=none;collapsible=0;dropTarget=0;points=[[0,0.5],[1,0.5]];portConstraint=eastwest;top=0;left=0;right=0;bottom=1;" value="" vertex="1">
          <mxGeometry height="30" width="180" y="30" as="geometry" />
        </mxCell>
        <mxCell id="WDvytMEJftTZpuQGkw2x-153" parent="WDvytMEJftTZpuQGkw2x-152" style="shape=partialRectangle;connectable=0;fillColor=none;top=0;left=0;bottom=0;right=0;fontStyle=1;overflow=hidden;whiteSpace=wrap;html=1;" value="PK" vertex="1">
          <mxGeometry height="30" width="30" as="geometry">
            <mxRectangle height="30" width="30" as="alternateBounds" />
          </mxGeometry>
        </mxCell>
        <mxCell id="WDvytMEJftTZpuQGkw2x-154" parent="WDvytMEJftTZpuQGkw2x-152" style="shape=partialRectangle;connectable=0;fillColor=none;top=0;left=0;bottom=0;right=0;align=left;spacingLeft=6;fontStyle=5;overflow=hidden;whiteSpace=wrap;html=1;" value="measure_id&amp;nbsp; [TEXT]" vertex="1">
          <mxGeometry height="30" width="150" x="30" as="geometry">
            <mxRectangle height="30" width="150" as="alternateBounds" />
          </mxGeometry>
        </mxCell>
        <mxCell id="WDvytMEJftTZpuQGkw2x-155" parent="WDvytMEJftTZpuQGkw2x-151" style="shape=tableRow;horizontal=0;startSize=0;swimlaneHead=0;swimlaneBody=0;fillColor=none;collapsible=0;dropTarget=0;points=[[0,0.5],[1,0.5]];portConstraint=eastwest;top=0;left=0;right=0;bottom=0;" value="" vertex="1">
          <mxGeometry height="30" width="180" y="60" as="geometry" />
        </mxCell>
        <mxCell id="WDvytMEJftTZpuQGkw2x-156" parent="WDvytMEJftTZpuQGkw2x-155" style="shape=partialRectangle;connectable=0;fillColor=none;top=0;left=0;bottom=0;right=0;editable=1;overflow=hidden;whiteSpace=wrap;html=1;" value="" vertex="1">
          <mxGeometry height="30" width="30" as="geometry">
            <mxRectangle height="30" width="30" as="alternateBounds" />
          </mxGeometry>
        </mxCell>
        <mxCell id="WDvytMEJftTZpuQGkw2x-157" parent="WDvytMEJftTZpuQGkw2x-155" style="shape=partialRectangle;connectable=0;fillColor=none;top=0;left=0;bottom=0;right=0;align=left;spacingLeft=6;overflow=hidden;whiteSpace=wrap;html=1;" value="decod&amp;nbsp;&amp;nbsp;&lt;span style=&quot;font-weight: 700; text-decoration-line: underline;&quot;&gt;[TEXT]&lt;/span&gt;" vertex="1">
          <mxGeometry height="30" width="150" x="30" as="geometry">
            <mxRectangle height="30" width="150" as="alternateBounds" />
          </mxGeometry>
        </mxCell>
        <mxCell id="WDvytMEJftTZpuQGkw2x-164" parent="1" style="shape=table;startSize=30;container=1;collapsible=1;childLayout=tableLayout;fixedRows=1;rowLines=0;fontStyle=1;align=center;resizeLast=1;html=1;whiteSpace=wrap;" value="Case_Measure" vertex="1">
          <mxGeometry height="90" width="180" x="260" y="580" as="geometry" />
        </mxCell>
        <mxCell id="WDvytMEJftTZpuQGkw2x-165" parent="WDvytMEJftTZpuQGkw2x-164" style="shape=tableRow;horizontal=0;startSize=0;swimlaneHead=0;swimlaneBody=0;fillColor=none;collapsible=0;dropTarget=0;points=[[0,0.5],[1,0.5]];portConstraint=eastwest;top=0;left=0;right=0;bottom=0;html=1;" value="" vertex="1">
          <mxGeometry height="30" width="180" y="30" as="geometry" />
        </mxCell>
        <mxCell id="WDvytMEJftTZpuQGkw2x-166" parent="WDvytMEJftTZpuQGkw2x-165" style="shape=partialRectangle;connectable=0;fillColor=none;top=0;left=0;bottom=0;right=0;fontStyle=1;overflow=hidden;html=1;whiteSpace=wrap;" value="PK,FK1" vertex="1">
          <mxGeometry height="30" width="60" as="geometry">
            <mxRectangle height="30" width="60" as="alternateBounds" />
          </mxGeometry>
        </mxCell>
        <mxCell id="WDvytMEJftTZpuQGkw2x-167" parent="WDvytMEJftTZpuQGkw2x-165" style="shape=partialRectangle;connectable=0;fillColor=none;top=0;left=0;bottom=0;right=0;align=left;spacingLeft=6;fontStyle=5;overflow=hidden;html=1;whiteSpace=wrap;" value="case_id" vertex="1">
          <mxGeometry height="30" width="120" x="60" as="geometry">
            <mxRectangle height="30" width="120" as="alternateBounds" />
          </mxGeometry>
        </mxCell>
        <mxCell id="WDvytMEJftTZpuQGkw2x-168" parent="WDvytMEJftTZpuQGkw2x-164" style="shape=tableRow;horizontal=0;startSize=0;swimlaneHead=0;swimlaneBody=0;fillColor=none;collapsible=0;dropTarget=0;points=[[0,0.5],[1,0.5]];portConstraint=eastwest;top=0;left=0;right=0;bottom=1;html=1;" value="" vertex="1">
          <mxGeometry height="30" width="180" y="60" as="geometry" />
        </mxCell>
        <mxCell id="WDvytMEJftTZpuQGkw2x-169" parent="WDvytMEJftTZpuQGkw2x-168" style="shape=partialRectangle;connectable=0;fillColor=none;top=0;left=0;bottom=0;right=0;fontStyle=1;overflow=hidden;html=1;whiteSpace=wrap;" value="PK,FK2" vertex="1">
          <mxGeometry height="30" width="60" as="geometry">
            <mxRectangle height="30" width="60" as="alternateBounds" />
          </mxGeometry>
        </mxCell>
        <mxCell id="WDvytMEJftTZpuQGkw2x-170" parent="WDvytMEJftTZpuQGkw2x-168" style="shape=partialRectangle;connectable=0;fillColor=none;top=0;left=0;bottom=0;right=0;align=left;spacingLeft=6;fontStyle=5;overflow=hidden;html=1;whiteSpace=wrap;" value="measure_id" vertex="1">
          <mxGeometry height="30" width="120" x="60" as="geometry">
            <mxRectangle height="30" width="120" as="alternateBounds" />
          </mxGeometry>
        </mxCell>
        <mxCell id="ermmsyjzQaxo6F8L4r3J-1" parent="1" style="shape=table;startSize=30;container=1;collapsible=1;childLayout=tableLayout;fixedRows=1;rowLines=0;fontStyle=1;align=center;resizeLast=1;html=1;whiteSpace=wrap;" value="Case_Target" vertex="1">
          <mxGeometry height="90" width="210" x="260" y="450" as="geometry" />
        </mxCell>
        <mxCell id="ermmsyjzQaxo6F8L4r3J-2" parent="ermmsyjzQaxo6F8L4r3J-1" style="shape=tableRow;horizontal=0;startSize=0;swimlaneHead=0;swimlaneBody=0;fillColor=none;collapsible=0;dropTarget=0;points=[[0,0.5],[1,0.5]];portConstraint=eastwest;top=0;left=0;right=0;bottom=0;html=1;" value="" vertex="1">
          <mxGeometry height="30" width="210" y="30" as="geometry" />
        </mxCell>
        <mxCell id="ermmsyjzQaxo6F8L4r3J-3" parent="ermmsyjzQaxo6F8L4r3J-2" style="shape=partialRectangle;connectable=0;fillColor=none;top=0;left=0;bottom=0;right=0;fontStyle=1;overflow=hidden;html=1;whiteSpace=wrap;" value="PK,FK1" vertex="1">
          <mxGeometry height="30" width="60" as="geometry">
            <mxRectangle height="30" width="60" as="alternateBounds" />
          </mxGeometry>
        </mxCell>
        <mxCell id="ermmsyjzQaxo6F8L4r3J-4" parent="ermmsyjzQaxo6F8L4r3J-2" style="shape=partialRectangle;connectable=0;fillColor=none;top=0;left=0;bottom=0;right=0;align=left;spacingLeft=6;fontStyle=5;overflow=hidden;html=1;whiteSpace=wrap;" value="case_id" vertex="1">
          <mxGeometry height="30" width="150" x="60" as="geometry">
            <mxRectangle height="30" width="150" as="alternateBounds" />
          </mxGeometry>
        </mxCell>
        <mxCell id="ermmsyjzQaxo6F8L4r3J-5" parent="ermmsyjzQaxo6F8L4r3J-1" style="shape=tableRow;horizontal=0;startSize=0;swimlaneHead=0;swimlaneBody=0;fillColor=none;collapsible=0;dropTarget=0;points=[[0,0.5],[1,0.5]];portConstraint=eastwest;top=0;left=0;right=0;bottom=1;html=1;" value="" vertex="1">
          <mxGeometry height="30" width="210" y="60" as="geometry" />
        </mxCell>
        <mxCell id="ermmsyjzQaxo6F8L4r3J-6" parent="ermmsyjzQaxo6F8L4r3J-5" style="shape=partialRectangle;connectable=0;fillColor=none;top=0;left=0;bottom=0;right=0;fontStyle=1;overflow=hidden;html=1;whiteSpace=wrap;" value="PK,FK2" vertex="1">
          <mxGeometry height="30" width="60" as="geometry">
            <mxRectangle height="30" width="60" as="alternateBounds" />
          </mxGeometry>
        </mxCell>
        <mxCell id="ermmsyjzQaxo6F8L4r3J-7" parent="ermmsyjzQaxo6F8L4r3J-5" style="shape=partialRectangle;connectable=0;fillColor=none;top=0;left=0;bottom=0;right=0;align=left;spacingLeft=6;fontStyle=5;overflow=hidden;html=1;whiteSpace=wrap;" value="target_id" vertex="1">
          <mxGeometry height="30" width="150" x="60" as="geometry">
            <mxRectangle height="30" width="150" as="alternateBounds" />
          </mxGeometry>
        </mxCell>
        <mxCell id="ermmsyjzQaxo6F8L4r3J-14" parent="1" style="shape=table;startSize=30;container=1;collapsible=1;childLayout=tableLayout;fixedRows=1;rowLines=0;fontStyle=1;align=center;resizeLast=1;html=1;" value="Target" vertex="1">
          <mxGeometry height="90" width="180" x="550" y="450" as="geometry" />
        </mxCell>
        <mxCell id="ermmsyjzQaxo6F8L4r3J-15" parent="ermmsyjzQaxo6F8L4r3J-14" style="shape=tableRow;horizontal=0;startSize=0;swimlaneHead=0;swimlaneBody=0;fillColor=none;collapsible=0;dropTarget=0;points=[[0,0.5],[1,0.5]];portConstraint=eastwest;top=0;left=0;right=0;bottom=1;" value="" vertex="1">
          <mxGeometry height="30" width="180" y="30" as="geometry" />
        </mxCell>
        <mxCell id="ermmsyjzQaxo6F8L4r3J-16" parent="ermmsyjzQaxo6F8L4r3J-15" style="shape=partialRectangle;connectable=0;fillColor=none;top=0;left=0;bottom=0;right=0;fontStyle=1;overflow=hidden;whiteSpace=wrap;html=1;" value="PK" vertex="1">
          <mxGeometry height="30" width="30" as="geometry">
            <mxRectangle height="30" width="30" as="alternateBounds" />
          </mxGeometry>
        </mxCell>
        <mxCell id="ermmsyjzQaxo6F8L4r3J-17" parent="ermmsyjzQaxo6F8L4r3J-15" style="shape=partialRectangle;connectable=0;fillColor=none;top=0;left=0;bottom=0;right=0;align=left;spacingLeft=6;fontStyle=5;overflow=hidden;whiteSpace=wrap;html=1;" value="target_id&amp;nbsp; [TEXT]" vertex="1">
          <mxGeometry height="30" width="150" x="30" as="geometry">
            <mxRectangle height="30" width="150" as="alternateBounds" />
          </mxGeometry>
        </mxCell>
        <mxCell id="ermmsyjzQaxo6F8L4r3J-18" parent="ermmsyjzQaxo6F8L4r3J-14" style="shape=tableRow;horizontal=0;startSize=0;swimlaneHead=0;swimlaneBody=0;fillColor=none;collapsible=0;dropTarget=0;points=[[0,0.5],[1,0.5]];portConstraint=eastwest;top=0;left=0;right=0;bottom=0;" value="" vertex="1">
          <mxGeometry height="30" width="180" y="60" as="geometry" />
        </mxCell>
        <mxCell id="ermmsyjzQaxo6F8L4r3J-19" parent="ermmsyjzQaxo6F8L4r3J-18" style="shape=partialRectangle;connectable=0;fillColor=none;top=0;left=0;bottom=0;right=0;editable=1;overflow=hidden;whiteSpace=wrap;html=1;" value="" vertex="1">
          <mxGeometry height="30" width="30" as="geometry">
            <mxRectangle height="30" width="30" as="alternateBounds" />
          </mxGeometry>
        </mxCell>
        <mxCell id="ermmsyjzQaxo6F8L4r3J-20" parent="ermmsyjzQaxo6F8L4r3J-18" style="shape=partialRectangle;connectable=0;fillColor=none;top=0;left=0;bottom=0;right=0;align=left;spacingLeft=6;overflow=hidden;whiteSpace=wrap;html=1;" value="decod&amp;nbsp;&amp;nbsp;&lt;span style=&quot;font-weight: 700; text-decoration-line: underline;&quot;&gt;[TEXT]&lt;/span&gt;" vertex="1">
          <mxGeometry height="30" width="150" x="30" as="geometry">
            <mxRectangle height="30" width="150" as="alternateBounds" />
          </mxGeometry>
        </mxCell>
        <mxCell id="ermmsyjzQaxo6F8L4r3J-53" parent="1" style="shape=table;startSize=30;container=1;collapsible=1;childLayout=tableLayout;fixedRows=1;rowLines=0;fontStyle=1;align=center;resizeLast=1;html=1;whiteSpace=wrap;" value="Case_Goal" vertex="1">
          <mxGeometry height="120" width="180" x="260" y="710" as="geometry" />
        </mxCell>
        <mxCell id="ermmsyjzQaxo6F8L4r3J-54" parent="ermmsyjzQaxo6F8L4r3J-53" style="shape=tableRow;horizontal=0;startSize=0;swimlaneHead=0;swimlaneBody=0;fillColor=none;collapsible=0;dropTarget=0;points=[[0,0.5],[1,0.5]];portConstraint=eastwest;top=0;left=0;right=0;bottom=0;html=1;" value="" vertex="1">
          <mxGeometry height="30" width="180" y="30" as="geometry" />
        </mxCell>
        <mxCell id="ermmsyjzQaxo6F8L4r3J-55" parent="ermmsyjzQaxo6F8L4r3J-54" style="shape=partialRectangle;connectable=0;fillColor=none;top=0;left=0;bottom=0;right=0;fontStyle=1;overflow=hidden;html=1;whiteSpace=wrap;" value="PK,FK1" vertex="1">
          <mxGeometry height="30" width="60" as="geometry">
            <mxRectangle height="30" width="60" as="alternateBounds" />
          </mxGeometry>
        </mxCell>
        <mxCell id="ermmsyjzQaxo6F8L4r3J-56" parent="ermmsyjzQaxo6F8L4r3J-54" style="shape=partialRectangle;connectable=0;fillColor=none;top=0;left=0;bottom=0;right=0;align=left;spacingLeft=6;fontStyle=5;overflow=hidden;html=1;whiteSpace=wrap;" value="case_id" vertex="1">
          <mxGeometry height="30" width="120" x="60" as="geometry">
            <mxRectangle height="30" width="120" as="alternateBounds" />
          </mxGeometry>
        </mxCell>
        <mxCell id="ermmsyjzQaxo6F8L4r3J-57" parent="ermmsyjzQaxo6F8L4r3J-53" style="shape=tableRow;horizontal=0;startSize=0;swimlaneHead=0;swimlaneBody=0;fillColor=none;collapsible=0;dropTarget=0;points=[[0,0.5],[1,0.5]];portConstraint=eastwest;top=0;left=0;right=0;bottom=1;html=1;" value="" vertex="1">
          <mxGeometry height="30" width="180" y="60" as="geometry" />
        </mxCell>
        <mxCell id="ermmsyjzQaxo6F8L4r3J-58" parent="ermmsyjzQaxo6F8L4r3J-57" style="shape=partialRectangle;connectable=0;fillColor=none;top=0;left=0;bottom=0;right=0;fontStyle=1;overflow=hidden;html=1;whiteSpace=wrap;" value="PK,FK2" vertex="1">
          <mxGeometry height="30" width="60" as="geometry">
            <mxRectangle height="30" width="60" as="alternateBounds" />
          </mxGeometry>
        </mxCell>
        <mxCell id="ermmsyjzQaxo6F8L4r3J-59" parent="ermmsyjzQaxo6F8L4r3J-57" style="shape=partialRectangle;connectable=0;fillColor=none;top=0;left=0;bottom=0;right=0;align=left;spacingLeft=6;fontStyle=5;overflow=hidden;html=1;whiteSpace=wrap;" value="goal_id" vertex="1">
          <mxGeometry height="30" width="120" x="60" as="geometry">
            <mxRectangle height="30" width="120" as="alternateBounds" />
          </mxGeometry>
        </mxCell>
        <mxCell id="ermmsyjzQaxo6F8L4r3J-67" parent="ermmsyjzQaxo6F8L4r3J-53" style="shape=tableRow;horizontal=0;startSize=0;swimlaneHead=0;swimlaneBody=0;fillColor=none;collapsible=0;dropTarget=0;points=[[0,0.5],[1,0.5]];portConstraint=eastwest;top=0;left=0;right=0;bottom=1;html=1;" value="" vertex="1">
          <mxGeometry height="30" width="180" y="90" as="geometry" />
        </mxCell>
        <mxCell id="ermmsyjzQaxo6F8L4r3J-68" parent="ermmsyjzQaxo6F8L4r3J-67" style="shape=partialRectangle;connectable=0;fillColor=none;top=0;left=0;bottom=0;right=0;fontStyle=1;overflow=hidden;html=1;whiteSpace=wrap;" value="" vertex="1">
          <mxGeometry height="30" width="60" as="geometry">
            <mxRectangle height="30" width="60" as="alternateBounds" />
          </mxGeometry>
        </mxCell>
        <mxCell id="ermmsyjzQaxo6F8L4r3J-69" parent="ermmsyjzQaxo6F8L4r3J-67" style="shape=partialRectangle;connectable=0;fillColor=none;top=0;left=0;bottom=0;right=0;align=left;spacingLeft=6;fontStyle=5;overflow=hidden;html=1;whiteSpace=wrap;" value="&lt;span style=&quot;font-weight: 400;&quot;&gt;adapt_goal&amp;nbsp; [BOOL]&lt;/span&gt;" vertex="1">
          <mxGeometry height="30" width="120" x="60" as="geometry">
            <mxRectangle height="30" width="120" as="alternateBounds" />
          </mxGeometry>
        </mxCell>
        <mxCell id="ermmsyjzQaxo6F8L4r3J-60" parent="1" style="shape=table;startSize=30;container=1;collapsible=1;childLayout=tableLayout;fixedRows=1;rowLines=0;fontStyle=1;align=center;resizeLast=1;html=1;" value="Goal" vertex="1">
          <mxGeometry height="90" width="180" x="550" y="710" as="geometry" />
        </mxCell>
        <mxCell id="ermmsyjzQaxo6F8L4r3J-61" parent="ermmsyjzQaxo6F8L4r3J-60" style="shape=tableRow;horizontal=0;startSize=0;swimlaneHead=0;swimlaneBody=0;fillColor=none;collapsible=0;dropTarget=0;points=[[0,0.5],[1,0.5]];portConstraint=eastwest;top=0;left=0;right=0;bottom=1;" value="" vertex="1">
          <mxGeometry height="30" width="180" y="30" as="geometry" />
        </mxCell>
        <mxCell id="ermmsyjzQaxo6F8L4r3J-62" parent="ermmsyjzQaxo6F8L4r3J-61" style="shape=partialRectangle;connectable=0;fillColor=none;top=0;left=0;bottom=0;right=0;fontStyle=1;overflow=hidden;whiteSpace=wrap;html=1;" value="PK" vertex="1">
          <mxGeometry height="30" width="30" as="geometry">
            <mxRectangle height="30" width="30" as="alternateBounds" />
          </mxGeometry>
        </mxCell>
        <mxCell id="ermmsyjzQaxo6F8L4r3J-63" parent="ermmsyjzQaxo6F8L4r3J-61" style="shape=partialRectangle;connectable=0;fillColor=none;top=0;left=0;bottom=0;right=0;align=left;spacingLeft=6;fontStyle=5;overflow=hidden;whiteSpace=wrap;html=1;" value="goal_id&amp;nbsp; [TEXT]" vertex="1">
          <mxGeometry height="30" width="150" x="30" as="geometry">
            <mxRectangle height="30" width="150" as="alternateBounds" />
          </mxGeometry>
        </mxCell>
        <mxCell id="ermmsyjzQaxo6F8L4r3J-64" parent="ermmsyjzQaxo6F8L4r3J-60" style="shape=tableRow;horizontal=0;startSize=0;swimlaneHead=0;swimlaneBody=0;fillColor=none;collapsible=0;dropTarget=0;points=[[0,0.5],[1,0.5]];portConstraint=eastwest;top=0;left=0;right=0;bottom=0;" value="" vertex="1">
          <mxGeometry height="30" width="180" y="60" as="geometry" />
        </mxCell>
        <mxCell id="ermmsyjzQaxo6F8L4r3J-65" parent="ermmsyjzQaxo6F8L4r3J-64" style="shape=partialRectangle;connectable=0;fillColor=none;top=0;left=0;bottom=0;right=0;editable=1;overflow=hidden;whiteSpace=wrap;html=1;" value="" vertex="1">
          <mxGeometry height="30" width="30" as="geometry">
            <mxRectangle height="30" width="30" as="alternateBounds" />
          </mxGeometry>
        </mxCell>
        <mxCell id="ermmsyjzQaxo6F8L4r3J-66" parent="ermmsyjzQaxo6F8L4r3J-64" style="shape=partialRectangle;connectable=0;fillColor=none;top=0;left=0;bottom=0;right=0;align=left;spacingLeft=6;overflow=hidden;whiteSpace=wrap;html=1;" value="decod&amp;nbsp;&amp;nbsp;&lt;span style=&quot;font-weight: 700; text-decoration-line: underline;&quot;&gt;[TEXT]&lt;/span&gt;" vertex="1">
          <mxGeometry height="30" width="150" x="30" as="geometry">
            <mxRectangle height="30" width="150" as="alternateBounds" />
          </mxGeometry>
        </mxCell>
        <mxCell id="ermmsyjzQaxo6F8L4r3J-75" parent="1" style="shape=table;startSize=30;container=1;collapsible=1;childLayout=tableLayout;fixedRows=1;rowLines=0;fontStyle=1;align=center;resizeLast=1;html=1;whiteSpace=wrap;" value="Case_Multilateralism" vertex="1">
          <mxGeometry height="90" width="180" x="260" y="870" as="geometry" />
        </mxCell>
        <mxCell id="ermmsyjzQaxo6F8L4r3J-76" parent="ermmsyjzQaxo6F8L4r3J-75" style="shape=tableRow;horizontal=0;startSize=0;swimlaneHead=0;swimlaneBody=0;fillColor=none;collapsible=0;dropTarget=0;points=[[0,0.5],[1,0.5]];portConstraint=eastwest;top=0;left=0;right=0;bottom=0;html=1;" value="" vertex="1">
          <mxGeometry height="30" width="180" y="30" as="geometry" />
        </mxCell>
        <mxCell id="ermmsyjzQaxo6F8L4r3J-77" parent="ermmsyjzQaxo6F8L4r3J-76" style="shape=partialRectangle;connectable=0;fillColor=none;top=0;left=0;bottom=0;right=0;fontStyle=1;overflow=hidden;html=1;whiteSpace=wrap;" value="PK,FK1" vertex="1">
          <mxGeometry height="30" width="60" as="geometry">
            <mxRectangle height="30" width="60" as="alternateBounds" />
          </mxGeometry>
        </mxCell>
        <mxCell id="ermmsyjzQaxo6F8L4r3J-78" parent="ermmsyjzQaxo6F8L4r3J-76" style="shape=partialRectangle;connectable=0;fillColor=none;top=0;left=0;bottom=0;right=0;align=left;spacingLeft=6;fontStyle=5;overflow=hidden;html=1;whiteSpace=wrap;" value="case_id" vertex="1">
          <mxGeometry height="30" width="120" x="60" as="geometry">
            <mxRectangle height="30" width="120" as="alternateBounds" />
          </mxGeometry>
        </mxCell>
        <mxCell id="ermmsyjzQaxo6F8L4r3J-79" parent="ermmsyjzQaxo6F8L4r3J-75" style="shape=tableRow;horizontal=0;startSize=0;swimlaneHead=0;swimlaneBody=0;fillColor=none;collapsible=0;dropTarget=0;points=[[0,0.5],[1,0.5]];portConstraint=eastwest;top=0;left=0;right=0;bottom=1;html=1;" value="" vertex="1">
          <mxGeometry height="30" width="180" y="60" as="geometry" />
        </mxCell>
        <mxCell id="ermmsyjzQaxo6F8L4r3J-80" parent="ermmsyjzQaxo6F8L4r3J-79" style="shape=partialRectangle;connectable=0;fillColor=none;top=0;left=0;bottom=0;right=0;fontStyle=1;overflow=hidden;html=1;whiteSpace=wrap;" value="PK,FK2" vertex="1">
          <mxGeometry height="30" width="60" as="geometry">
            <mxRectangle height="30" width="60" as="alternateBounds" />
          </mxGeometry>
        </mxCell>
        <mxCell id="ermmsyjzQaxo6F8L4r3J-81" parent="ermmsyjzQaxo6F8L4r3J-79" style="shape=partialRectangle;connectable=0;fillColor=none;top=0;left=0;bottom=0;right=0;align=left;spacingLeft=6;fontStyle=5;overflow=hidden;html=1;whiteSpace=wrap;" value="multilateralism_id&amp;nbsp;&amp;nbsp;" vertex="1">
          <mxGeometry height="30" width="120" x="60" as="geometry">
            <mxRectangle height="30" width="120" as="alternateBounds" />
          </mxGeometry>
        </mxCell>
        <mxCell id="ermmsyjzQaxo6F8L4r3J-85" parent="1" style="shape=table;startSize=30;container=1;collapsible=1;childLayout=tableLayout;fixedRows=1;rowLines=0;fontStyle=1;align=center;resizeLast=1;html=1;" value="Multilateralism" vertex="1">
          <mxGeometry height="60" width="210" x="550" y="870" as="geometry" />
        </mxCell>
        <mxCell id="ermmsyjzQaxo6F8L4r3J-86" parent="ermmsyjzQaxo6F8L4r3J-85" style="shape=tableRow;horizontal=0;startSize=0;swimlaneHead=0;swimlaneBody=0;fillColor=none;collapsible=0;dropTarget=0;points=[[0,0.5],[1,0.5]];portConstraint=eastwest;top=0;left=0;right=0;bottom=1;" value="" vertex="1">
          <mxGeometry height="30" width="210" y="30" as="geometry" />
        </mxCell>
        <mxCell id="ermmsyjzQaxo6F8L4r3J-87" parent="ermmsyjzQaxo6F8L4r3J-86" style="shape=partialRectangle;connectable=0;fillColor=none;top=0;left=0;bottom=0;right=0;fontStyle=1;overflow=hidden;whiteSpace=wrap;html=1;" value="PK" vertex="1">
          <mxGeometry height="30" width="30" as="geometry">
            <mxRectangle height="30" width="30" as="alternateBounds" />
          </mxGeometry>
        </mxCell>
        <mxCell id="ermmsyjzQaxo6F8L4r3J-88" parent="ermmsyjzQaxo6F8L4r3J-86" style="shape=partialRectangle;connectable=0;fillColor=none;top=0;left=0;bottom=0;right=0;align=left;spacingLeft=6;fontStyle=5;overflow=hidden;whiteSpace=wrap;html=1;" value="multilateralism_id&amp;nbsp; [TEXT]" vertex="1">
          <mxGeometry height="30" width="180" x="30" as="geometry">
            <mxRectangle height="30" width="180" as="alternateBounds" />
          </mxGeometry>
        </mxCell>
        <mxCell id="ermmsyjzQaxo6F8L4r3J-103" parent="1" style="shape=table;startSize=30;container=1;collapsible=1;childLayout=tableLayout;fixedRows=1;rowLines=0;fontStyle=1;align=center;resizeLast=1;html=1;whiteSpace=wrap;" value="Case_&lt;span style=&quot;text-wrap-mode: nowrap;&quot;&gt;Dataset&lt;/span&gt;" vertex="1">
          <mxGeometry height="90" width="180" x="260" y="1000" as="geometry" />
        </mxCell>
        <mxCell id="ermmsyjzQaxo6F8L4r3J-104" parent="ermmsyjzQaxo6F8L4r3J-103" style="shape=tableRow;horizontal=0;startSize=0;swimlaneHead=0;swimlaneBody=0;fillColor=none;collapsible=0;dropTarget=0;points=[[0,0.5],[1,0.5]];portConstraint=eastwest;top=0;left=0;right=0;bottom=0;html=1;" value="" vertex="1">
          <mxGeometry height="30" width="180" y="30" as="geometry" />
        </mxCell>
        <mxCell id="ermmsyjzQaxo6F8L4r3J-105" parent="ermmsyjzQaxo6F8L4r3J-104" style="shape=partialRectangle;connectable=0;fillColor=none;top=0;left=0;bottom=0;right=0;fontStyle=1;overflow=hidden;html=1;whiteSpace=wrap;" value="PK,FK1" vertex="1">
          <mxGeometry height="30" width="60" as="geometry">
            <mxRectangle height="30" width="60" as="alternateBounds" />
          </mxGeometry>
        </mxCell>
        <mxCell id="ermmsyjzQaxo6F8L4r3J-106" parent="ermmsyjzQaxo6F8L4r3J-104" style="shape=partialRectangle;connectable=0;fillColor=none;top=0;left=0;bottom=0;right=0;align=left;spacingLeft=6;fontStyle=5;overflow=hidden;html=1;whiteSpace=wrap;" value="case_id" vertex="1">
          <mxGeometry height="30" width="120" x="60" as="geometry">
            <mxRectangle height="30" width="120" as="alternateBounds" />
          </mxGeometry>
        </mxCell>
        <mxCell id="ermmsyjzQaxo6F8L4r3J-107" parent="ermmsyjzQaxo6F8L4r3J-103" style="shape=tableRow;horizontal=0;startSize=0;swimlaneHead=0;swimlaneBody=0;fillColor=none;collapsible=0;dropTarget=0;points=[[0,0.5],[1,0.5]];portConstraint=eastwest;top=0;left=0;right=0;bottom=1;html=1;" value="" vertex="1">
          <mxGeometry height="30" width="180" y="60" as="geometry" />
        </mxCell>
        <mxCell id="ermmsyjzQaxo6F8L4r3J-108" parent="ermmsyjzQaxo6F8L4r3J-107" style="shape=partialRectangle;connectable=0;fillColor=none;top=0;left=0;bottom=0;right=0;fontStyle=1;overflow=hidden;html=1;whiteSpace=wrap;" value="PK,FK2" vertex="1">
          <mxGeometry height="30" width="60" as="geometry">
            <mxRectangle height="30" width="60" as="alternateBounds" />
          </mxGeometry>
        </mxCell>
        <mxCell id="ermmsyjzQaxo6F8L4r3J-109" parent="ermmsyjzQaxo6F8L4r3J-107" style="shape=partialRectangle;connectable=0;fillColor=none;top=0;left=0;bottom=0;right=0;align=left;spacingLeft=6;fontStyle=5;overflow=hidden;html=1;whiteSpace=wrap;" value="dataset_id" vertex="1">
          <mxGeometry height="30" width="120" x="60" as="geometry">
            <mxRectangle height="30" width="120" as="alternateBounds" />
          </mxGeometry>
        </mxCell>
        <mxCell id="ermmsyjzQaxo6F8L4r3J-110" parent="1" style="shape=table;startSize=30;container=1;collapsible=1;childLayout=tableLayout;fixedRows=1;rowLines=0;fontStyle=1;align=center;resizeLast=1;html=1;" value="Dataset" vertex="1">
          <mxGeometry height="60" width="210" x="535" y="1000" as="geometry" />
        </mxCell>
        <mxCell id="ermmsyjzQaxo6F8L4r3J-111" parent="ermmsyjzQaxo6F8L4r3J-110" style="shape=tableRow;horizontal=0;startSize=0;swimlaneHead=0;swimlaneBody=0;fillColor=none;collapsible=0;dropTarget=0;points=[[0,0.5],[1,0.5]];portConstraint=eastwest;top=0;left=0;right=0;bottom=1;" value="" vertex="1">
          <mxGeometry height="30" width="210" y="30" as="geometry" />
        </mxCell>
        <mxCell id="ermmsyjzQaxo6F8L4r3J-112" parent="ermmsyjzQaxo6F8L4r3J-111" style="shape=partialRectangle;connectable=0;fillColor=none;top=0;left=0;bottom=0;right=0;fontStyle=1;overflow=hidden;whiteSpace=wrap;html=1;" value="PK" vertex="1">
          <mxGeometry height="30" width="30" as="geometry">
            <mxRectangle height="30" width="30" as="alternateBounds" />
          </mxGeometry>
        </mxCell>
        <mxCell id="ermmsyjzQaxo6F8L4r3J-113" parent="ermmsyjzQaxo6F8L4r3J-111" style="shape=partialRectangle;connectable=0;fillColor=none;top=0;left=0;bottom=0;right=0;align=left;spacingLeft=6;fontStyle=5;overflow=hidden;whiteSpace=wrap;html=1;" value="dataset_id&amp;nbsp; [TEXT]" vertex="1">
          <mxGeometry height="30" width="180" x="30" as="geometry">
            <mxRectangle height="30" width="180" as="alternateBounds" />
          </mxGeometry>
        </mxCell>
        <mxCell id="aQ2nzmJiz5wbqGwOIO7E-17" edge="1" parent="1" source="WDvytMEJftTZpuQGkw2x-5" style="edgeStyle=orthogonalEdgeStyle;rounded=0;orthogonalLoop=1;jettySize=auto;html=1;entryX=0;entryY=0.5;entryDx=0;entryDy=0;" target="WDvytMEJftTZpuQGkw2x-53">
          <mxGeometry relative="1" as="geometry" />
        </mxCell>
        <mxCell id="aQ2nzmJiz5wbqGwOIO7E-18" edge="1" parent="1" source="WDvytMEJftTZpuQGkw2x-5" style="edgeStyle=orthogonalEdgeStyle;rounded=0;orthogonalLoop=1;jettySize=auto;html=1;entryX=0;entryY=0.5;entryDx=0;entryDy=0;" target="WDvytMEJftTZpuQGkw2x-129">
          <mxGeometry relative="1" as="geometry" />
        </mxCell>
        <mxCell id="aQ2nzmJiz5wbqGwOIO7E-19" edge="1" parent="1" source="WDvytMEJftTZpuQGkw2x-5" style="edgeStyle=orthogonalEdgeStyle;rounded=0;orthogonalLoop=1;jettySize=auto;html=1;entryX=0;entryY=0.5;entryDx=0;entryDy=0;" target="ermmsyjzQaxo6F8L4r3J-2">
          <mxGeometry relative="1" as="geometry" />
        </mxCell>
        <mxCell id="aQ2nzmJiz5wbqGwOIO7E-20" edge="1" parent="1" source="WDvytMEJftTZpuQGkw2x-5" style="edgeStyle=orthogonalEdgeStyle;rounded=0;orthogonalLoop=1;jettySize=auto;html=1;entryX=0;entryY=0.5;entryDx=0;entryDy=0;" target="WDvytMEJftTZpuQGkw2x-165">
          <mxGeometry relative="1" as="geometry" />
        </mxCell>
        <mxCell id="aQ2nzmJiz5wbqGwOIO7E-24" edge="1" parent="1" source="WDvytMEJftTZpuQGkw2x-5" style="edgeStyle=orthogonalEdgeStyle;rounded=0;orthogonalLoop=1;jettySize=auto;html=1;entryX=0;entryY=0.5;entryDx=0;entryDy=0;" target="ermmsyjzQaxo6F8L4r3J-54">
          <mxGeometry relative="1" as="geometry" />
        </mxCell>
        <mxCell id="aQ2nzmJiz5wbqGwOIO7E-25" edge="1" parent="1" source="WDvytMEJftTZpuQGkw2x-5" style="edgeStyle=orthogonalEdgeStyle;rounded=0;orthogonalLoop=1;jettySize=auto;html=1;entryX=0;entryY=0.5;entryDx=0;entryDy=0;" target="ermmsyjzQaxo6F8L4r3J-76">
          <mxGeometry relative="1" as="geometry" />
        </mxCell>
        <mxCell id="aQ2nzmJiz5wbqGwOIO7E-26" edge="1" parent="1" source="WDvytMEJftTZpuQGkw2x-5" style="edgeStyle=orthogonalEdgeStyle;rounded=0;orthogonalLoop=1;jettySize=auto;html=1;entryX=0;entryY=0.667;entryDx=0;entryDy=0;entryPerimeter=0;" target="ermmsyjzQaxo6F8L4r3J-104">
          <mxGeometry relative="1" as="geometry" />
        </mxCell>
        <mxCell id="aQ2nzmJiz5wbqGwOIO7E-27" edge="1" parent="1" source="WDvytMEJftTZpuQGkw2x-40" style="edgeStyle=orthogonalEdgeStyle;rounded=0;orthogonalLoop=1;jettySize=auto;html=1;entryX=1.018;entryY=0.67;entryDx=0;entryDy=0;entryPerimeter=0;" target="WDvytMEJftTZpuQGkw2x-56">
          <mxGeometry relative="1" as="geometry" />
        </mxCell>
        <mxCell id="aQ2nzmJiz5wbqGwOIO7E-28" edge="1" parent="1" source="WDvytMEJftTZpuQGkw2x-103" style="edgeStyle=orthogonalEdgeStyle;rounded=0;orthogonalLoop=1;jettySize=auto;html=1;entryX=1;entryY=0.5;entryDx=0;entryDy=0;" target="WDvytMEJftTZpuQGkw2x-132">
          <mxGeometry relative="1" as="geometry" />
        </mxCell>
        <mxCell id="aQ2nzmJiz5wbqGwOIO7E-29" edge="1" parent="1" source="ermmsyjzQaxo6F8L4r3J-15" style="edgeStyle=orthogonalEdgeStyle;rounded=0;orthogonalLoop=1;jettySize=auto;html=1;entryX=1.013;entryY=0.664;entryDx=0;entryDy=0;entryPerimeter=0;" target="ermmsyjzQaxo6F8L4r3J-5">
          <mxGeometry relative="1" as="geometry" />
        </mxCell>
        <mxCell id="aQ2nzmJiz5wbqGwOIO7E-30" edge="1" parent="1" source="WDvytMEJftTZpuQGkw2x-152" style="edgeStyle=orthogonalEdgeStyle;rounded=0;orthogonalLoop=1;jettySize=auto;html=1;entryX=1;entryY=0.5;entryDx=0;entryDy=0;" target="WDvytMEJftTZpuQGkw2x-168">
          <mxGeometry relative="1" as="geometry" />
        </mxCell>
        <mxCell id="aQ2nzmJiz5wbqGwOIO7E-31" edge="1" parent="1" source="ermmsyjzQaxo6F8L4r3J-61" style="edgeStyle=orthogonalEdgeStyle;rounded=0;orthogonalLoop=1;jettySize=auto;html=1;entryX=1;entryY=0.5;entryDx=0;entryDy=0;" target="ermmsyjzQaxo6F8L4r3J-67">
          <mxGeometry relative="1" as="geometry" />
        </mxCell>
        <mxCell id="aQ2nzmJiz5wbqGwOIO7E-32" edge="1" parent="1" source="ermmsyjzQaxo6F8L4r3J-86" style="edgeStyle=orthogonalEdgeStyle;rounded=0;orthogonalLoop=1;jettySize=auto;html=1;entryX=1;entryY=0.5;entryDx=0;entryDy=0;" target="ermmsyjzQaxo6F8L4r3J-79">
          <mxGeometry relative="1" as="geometry" />
        </mxCell>
        <mxCell id="aQ2nzmJiz5wbqGwOIO7E-33" edge="1" parent="1" source="ermmsyjzQaxo6F8L4r3J-111" style="edgeStyle=orthogonalEdgeStyle;rounded=0;orthogonalLoop=1;jettySize=auto;html=1;entryX=1;entryY=0.5;entryDx=0;entryDy=0;" target="ermmsyjzQaxo6F8L4r3J-107">
          <mxGeometry relative="1" as="geometry" />
        </mxCell>
      </root>
    </mxGraphModel>
  </diagram>
</mxfile>
